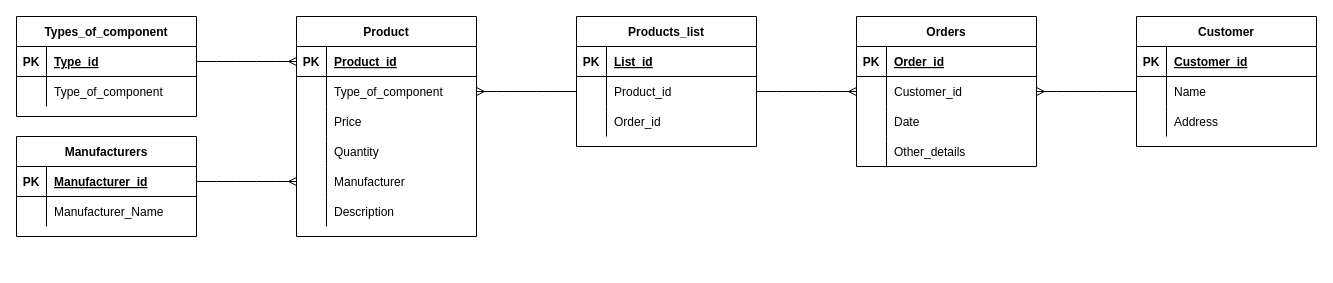
The draw.io diagram DNS.drawio in OleksijShtoltz/Labs_DataBase, before the edit. Source tidied: cells renumbered, new cells numbered last; positions are measured from the earlier drawing's top-left corner, leaving out a move shared by most shapes. Both pictures are drawn from the tidied source at 100%, with x=0, y=0 at pixel (16, 16).
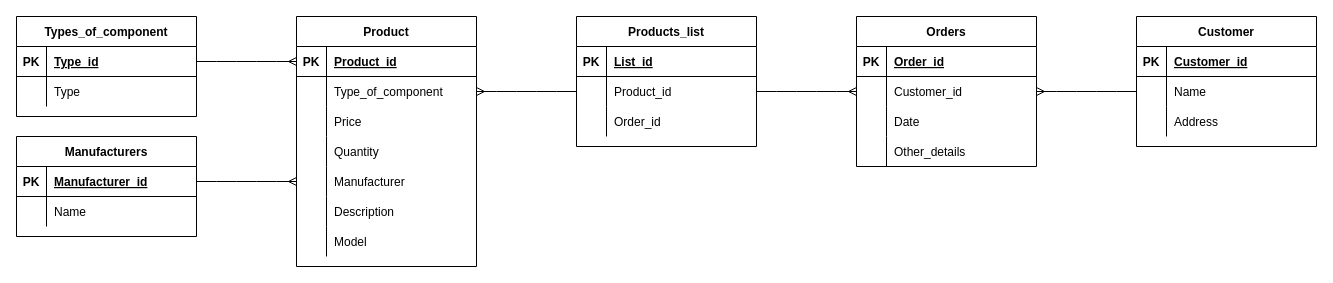
The same diagram, later.

The change refers to these unchanged cells:
```xml
<mxCell id="10" style="shape=partialRectangle;fillColor=none;top=0;left=0;bottom=0;right=0;" parent="6" vertex="1">
  <mxGeometry y="60" width="180" height="30" as="geometry" />
</mxCell>
<mxCell id="17" style="shape=partialRectangle;fillColor=none;top=0;left=0;bottom=0;right=0;" parent="13" vertex="1">
  <mxGeometry y="60" width="180" height="30" as="geometry" />
</mxCell>
```

Change to the diagram source:
```diff
@@
-    <mxCell id="12" value="Type_of_component" style="shape=partialRectangle;fillColor=none;top=0;left=0;bottom=0;right=0;align=left;spacingLeft=6;overflow=hidden;" parent="10" vertex="1">
+    <mxCell id="12" value="Type" style="shape=partialRectangle;fillColor=none;top=0;left=0;bottom=0;right=0;align=left;spacingLeft=6;overflow=hidden;" parent="10" vertex="1">
       <mxGeometry x="30" width="150" height="30" as="geometry" />
     </mxCell>
@@
-    <mxCell id="19" value="Manufacturer_Name" style="shape=partialRectangle;fillColor=none;top=0;left=0;bottom=0;right=0;align=left;spacingLeft=6;overflow=hidden;" parent="17" vertex="1">
+    <mxCell id="19" value="Name" style="shape=partialRectangle;fillColor=none;top=0;left=0;bottom=0;right=0;align=left;spacingLeft=6;overflow=hidden;" parent="17" vertex="1">
       <mxGeometry x="30" width="150" height="30" as="geometry" />
     </mxCell>
     <mxCell id="20" value="Product" style="shape=table;startSize=30;childLayout=tableLayout;rowLines=0;fontStyle=1;align=center;" parent="1" vertex="1">
-      <mxGeometry x="280" width="180" height="220" as="geometry" />
+      <mxGeometry x="280" width="180" height="250" as="geometry" />
     </mxCell>
@@
+    <mxCell id="73" style="shape=partialRectangle;fillColor=none;top=0;left=0;bottom=0;right=0;" parent="20" vertex="1">
+      <mxGeometry y="210" width="180" height="30" as="geometry" />
+    </mxCell>
+    <mxCell id="74" style="shape=partialRectangle;fillColor=none;top=0;left=0;bottom=0;right=0;overflow=hidden;" parent="73" vertex="1">
+      <mxGeometry width="30" height="30" as="geometry" />
+    </mxCell>
+    <mxCell id="75" value="Model" style="shape=partialRectangle;fillColor=none;top=0;left=0;bottom=0;right=0;align=left;spacingLeft=6;overflow=hidden;" parent="73" vertex="1">
+      <mxGeometry x="30" width="150" height="30" as="geometry" />
+    </mxCell>
```
